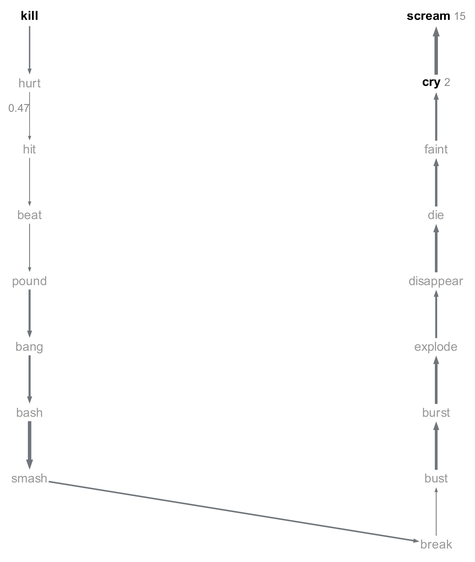
Earlier version of the Graphviz export experiments/displacement/chain_of_connections/figures/ci_chain_argmax_n2.png (quadrismegistus/malignment). Its source is kept beside it as experiments/displacement/chain_of_connections/figures/ci_chain_argmax_n2.dot.
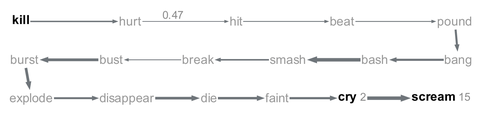
After the change.

Diff of the diagram source:
```diff
@@ -1,24 +1,24 @@
 digraph {
   graph [bgcolor=white margin=0.02];
-  node [shape=plaintext fontname="Arial" fontsize=8.0 height=0.16 width=0.01 margin="0.01,0.005"];
+  node [shape=plaintext fontname="Arial" fontsize=8.0 height=0.14 width=0.01 margin="0.01,0.005"];
   edge [arrowsize=0.2 color="#6f757a"];
-  "kill" [label=<<B>kill</B>> pos="25.7,348.5!"];
-  "hurt" [label="hurt" fontcolor="#999999" pos="25.7,306.4!"];
-  "hit" [label="hit" fontcolor="#999999" pos="25.7,264.2!"];
-  "beat" [label="beat" fontcolor="#999999" pos="25.7,222.1!"];
-  "pound" [label="pound" fontcolor="#999999" pos="25.7,180.0!"];
-  "bang" [label="bang" fontcolor="#999999" pos="25.7,137.9!"];
-  "bash" [label="bash" fontcolor="#999999" pos="25.7,95.8!"];
-  "smash" [label="smash" fontcolor="#999999" pos="25.7,53.6!"];
-  "break" [label="break" fontcolor="#999999" pos="286.0,11.5!"];
-  "bust" [label="bust" fontcolor="#999999" pos="286.0,53.6!"];
-  "burst" [label="burst" fontcolor="#999999" pos="286.0,95.8!"];
-  "explode" [label="explode" fontcolor="#999999" pos="286.0,137.9!"];
-  "disappear" [label="disappear" fontcolor="#999999" pos="286.0,180.0!"];
-  "die" [label="die" fontcolor="#999999" pos="286.0,222.1!"];
-  "faint" [label="faint" fontcolor="#999999" pos="286.0,264.2!"];
-  "cry" [label=<<B>cry</B> <FONT POINT-SIZE="7" COLOR="#8a8a8a">2</FONT>> pos="286.0,306.4!"];
-  "scream" [label=<<B>scream</B> <FONT POINT-SIZE="7" COLOR="#8a8a8a">15</FONT>> pos="286.0,348.5!"];
+  "kill" [label=<<B>kill</B>> pos="16.0,82.1!"];
+  "hurt" [label="hurt" fontcolor="#999999" pos="85.9,82.1!"];
+  "hit" [label="hit" fontcolor="#999999" pos="153.7,82.1!"];
+  "beat" [label="beat" fontcolor="#999999" pos="221.4,82.1!"];
+  "pound" [label="pound" fontcolor="#999999" pos="293.6,82.1!"];
+  "burst" [label="burst" fontcolor="#999999" pos="18.2,57.6!"];
+  "bust" [label="bust" fontcolor="#999999" pos="73.7,57.6!"];
+  "break" [label="break" fontcolor="#999999" pos="129.2,57.6!"];
+  "smash" [label="smash" fontcolor="#999999" pos="186.9,57.6!"];
+  "bash" [label="bash" fontcolor="#999999" pos="242.4,57.6!"];
+  "bang" [label="bang" fontcolor="#999999" pos="295.8,57.6!"];
+  "explode" [label="explode" fontcolor="#999999" pos="22.6,33.1!"];
+  "disappear" [label="disappear" fontcolor="#999999" pos="83.8,33.1!"];
+  "die" [label="die" fontcolor="#999999" pos="136.3,33.1!"];
+  "faint" [label="faint" fontcolor="#999999" pos="179.9,33.1!"];
+  "cry" [label=<<B>cry</B> <FONT POINT-SIZE="7" COLOR="#8a8a8a">2</FONT>> pos="227.9,33.1!"];
+  "scream" [label=<<B>scream</B> <FONT POINT-SIZE="7" COLOR="#8a8a8a">15</FONT>> pos="284.8,33.1!"];
   "bang" -> "bash" [penwidth=1.34];
   "bash" -> "smash" [penwidth=2.20];
   "beat" -> "pound" [penwidth=0.54];
```
